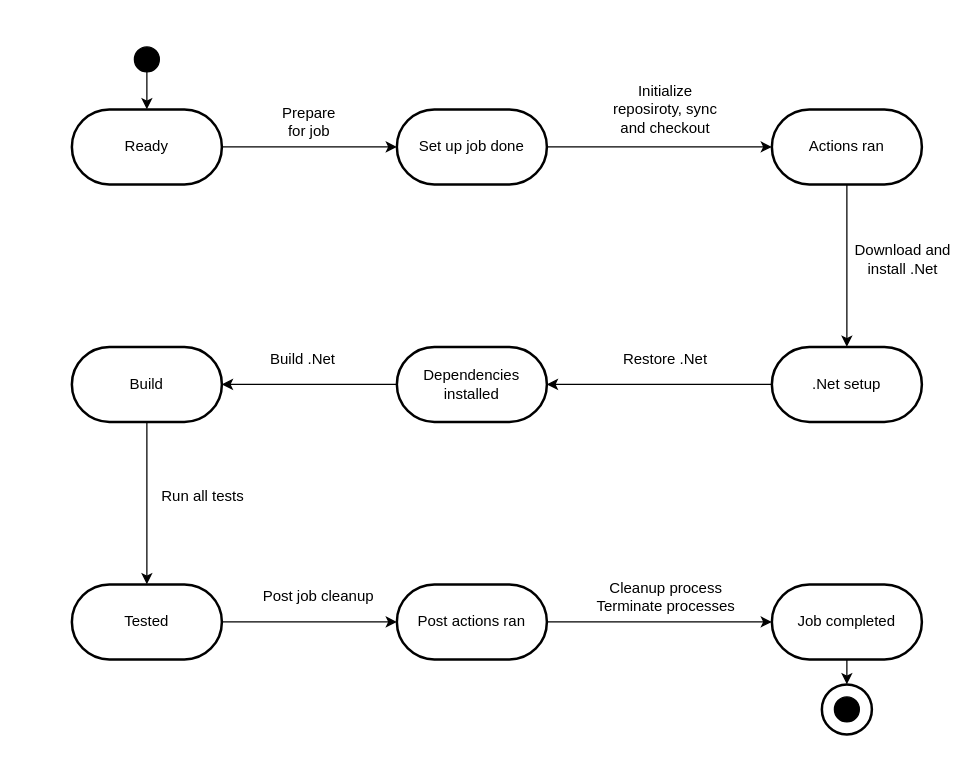
Above: Answers/Exercise7.drawio in DavidMSorensen/Assignment2 (draw.io), before the change. Source tidied: cells renumbered, new cells numbered last; positions are measured from the earlier drawing's top-left corner, leaving out a move shared by most shapes. Both pictures are drawn from the tidied source at 125%, with x=0, y=0 at pixel (71, 46).
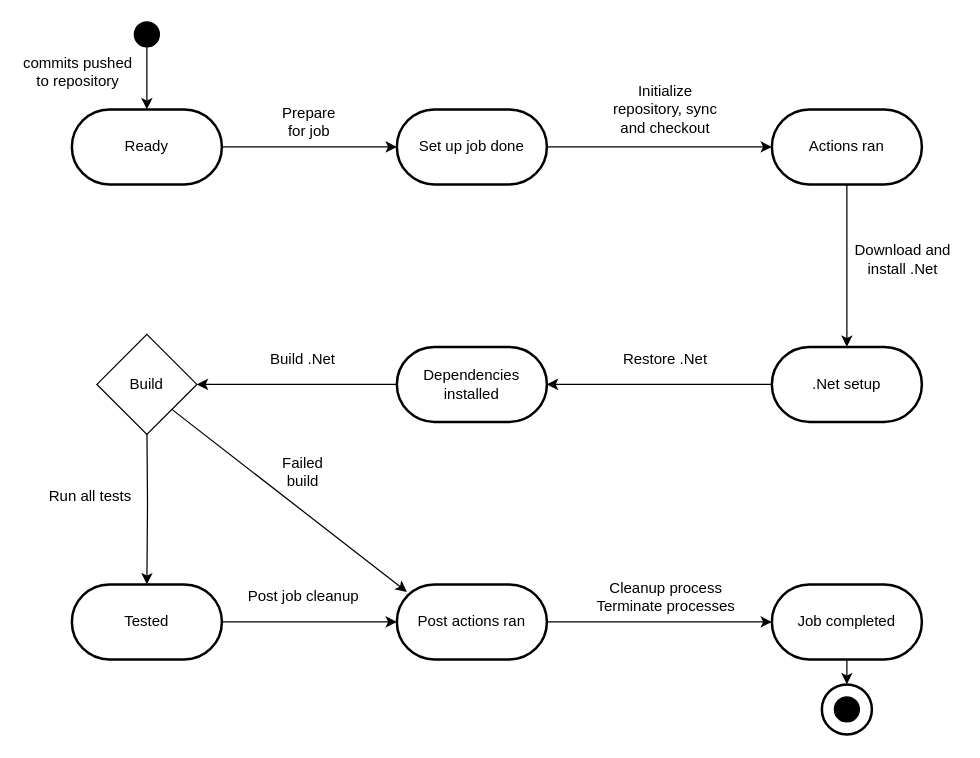
The same diagram, later.

Unchanged cells that the change refers to:
```xml
<mxCell id="14" value="Dependencies installed" style="rounded=1;whiteSpace=wrap;html=1;shadow=0;glass=0;strokeWidth=2;fillColor=#FFFFFF;gradientColor=none;arcSize=50;" parent="1" vertex="1">
  <mxGeometry x="260" y="240" width="120" height="60" as="geometry" />
</mxCell>
<mxCell id="18" value="Tested" style="rounded=1;whiteSpace=wrap;html=1;shadow=0;glass=0;strokeWidth=2;fillColor=#FFFFFF;gradientColor=none;arcSize=50;" parent="1" vertex="1">
  <mxGeometry y="430" width="120" height="60" as="geometry" />
</mxCell>
```

Change to the diagram source:
```diff
@@
     <mxCell id="4" style="ellipse;whiteSpace=wrap;html=1;fillColor=#000000;" parent="1" vertex="1">
-      <mxGeometry x="50" width="20" height="20" as="geometry" />
+      <mxGeometry x="50" y="-20" width="20" height="20" as="geometry" />
     </mxCell>
@@
-    <mxCell id="13" style="edgeStyle=orthogonalEdgeStyle;rounded=0;jettySize=auto;html=1;" parent="1" edge="1" source="14" target="16">
+    <mxCell id="13" style="edgeStyle=orthogonalEdgeStyle;rounded=0;jettySize=auto;html=1;entryX=1;entryY=0.5;entryDx=0;entryDy=0;" parent="1" edge="1" source="14" target="16">
       <mxGeometry relative="1" as="geometry" />
     </mxCell>
@@
-    <mxCell id="15" style="edgeStyle=orthogonalEdgeStyle;rounded=0;jettySize=auto;html=1;" parent="1" edge="1" source="16" target="18">
-      <mxGeometry relative="1" as="geometry" />
+    <mxCell id="15" style="edgeStyle=orthogonalEdgeStyle;rounded=0;jettySize=auto;html=1;" parent="1" edge="1" target="18">
+      <mxGeometry relative="1" as="geometry">
+        <mxPoint x="60" y="300" as="sourcePoint" />
+      </mxGeometry>
     </mxCell>
-    <mxCell id="16" value="Build" style="rounded=1;whiteSpace=wrap;html=1;shadow=0;glass=0;strokeWidth=2;fillColor=#FFFFFF;gradientColor=none;arcSize=50;" parent="1" vertex="1">
-      <mxGeometry y="240" width="120" height="60" as="geometry" />
-    </mxCell>
@@
-    <mxCell id="25" value="Initialize reposiroty, sync and checkout" style="text;html=1;strokeColor=none;fillColor=none;align=center;verticalAlign=middle;whiteSpace=wrap;rounded=0;shadow=0;glass=0;" parent="1" vertex="1">
+    <mxCell id="25" value="Initialize repository, sync and checkout" style="text;html=1;strokeColor=none;fillColor=none;align=center;verticalAlign=middle;whiteSpace=wrap;rounded=0;shadow=0;glass=0;" parent="1" vertex="1">
       <mxGeometry x="430" y="40" width="90" height="20" as="geometry" />
     </mxCell>
@@
     <mxCell id="29" value="Run all tests" style="text;html=1;strokeColor=none;fillColor=none;align=center;verticalAlign=middle;whiteSpace=wrap;rounded=0;shadow=0;glass=0;" parent="1" vertex="1">
-      <mxGeometry x="60" y="350" width="90" height="20" as="geometry" />
+      <mxGeometry x="-30" y="350" width="90" height="20" as="geometry" />
     </mxCell>
     <mxCell id="30" value="Post job cleanup" style="text;html=1;strokeColor=none;fillColor=none;align=center;verticalAlign=middle;whiteSpace=wrap;rounded=0;shadow=0;glass=0;" parent="1" vertex="1">
-      <mxGeometry x="145" y="430" width="105" height="20" as="geometry" />
+      <mxGeometry x="132.5" y="430" width="105" height="20" as="geometry" />
     </mxCell>
@@
+    <mxCell id="16" value="Build" style="rhombus;whiteSpace=wrap;html=1;" parent="1" vertex="1">
+      <mxGeometry x="20" y="230" width="80" height="80" as="geometry" />
+    </mxCell>
+    <mxCell id="32" style="endArrow=classic;html=1;exitX=1;exitY=1;exitDx=0;exitDy=0;" parent="1" edge="1" source="16">
+      <mxGeometry relative="1" as="geometry">
+        <mxPoint x="268" y="436" as="targetPoint" />
+      </mxGeometry>
+    </mxCell>
+    <mxCell id="33" value="Failed build" style="text;html=1;strokeColor=none;fillColor=none;align=center;verticalAlign=middle;whiteSpace=wrap;rounded=0;" parent="1" vertex="1">
+      <mxGeometry x="165" y="330" width="40" height="20" as="geometry" />
+    </mxCell>
+    <mxCell id="34" value="commits pushed to repository" style="text;html=1;strokeColor=none;fillColor=none;align=center;verticalAlign=middle;whiteSpace=wrap;rounded=0;" parent="1" vertex="1">
+      <mxGeometry x="-40" y="10" width="90" height="20" as="geometry" />
+    </mxCell>
```
